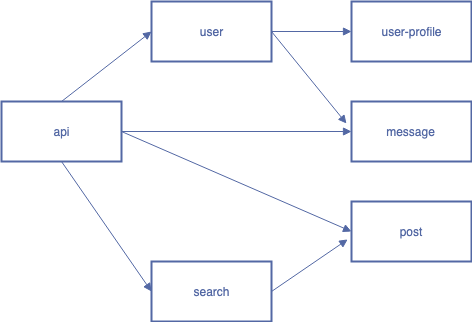
The draw.io diagram images/zero-trust-app.png in projectcalico/calico, before a commit. Source tidied: cells renumbered, new cells last; positions are measured from the earlier drawing's top-left corner, leaving out a move shared by most shapes.
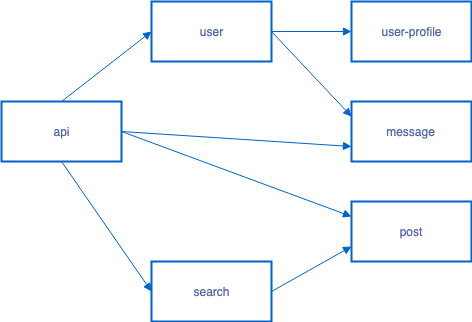
Later version of the same file.

Change to the diagram source:
```diff
@@ -2,50 +2,48 @@
   <root>
     <mxCell id="0" />
     <mxCell id="1" parent="0" />
-    <mxCell id="2" style="group;" parent="1" vertex="1">
-      <mxGeometry width="470" height="320" as="geometry" />
-    </mxCell>
+    <mxCell id="16" style="group;" parent="1" vertex="1">
+      <mxGeometry x="-20" y="-20" width="470" height="320" as="geometry" />
+    </mxCell>
-    <mxCell id="3" value="api" style="rounded=0;whiteSpace=wrap;html=1;strokeColor=#5368A4;fontSize=12;strokeWidth=2;fontColor=#5368A4;" parent="2" vertex="1">
+    <mxCell id="3" value="api" style="rounded=0;whiteSpace=wrap;html=1;strokeColor=#0063C7;fontSize=12;strokeWidth=2;fontColor=#5368A4;" parent="16" vertex="1">
       <mxGeometry y="100" width="120" height="60" as="geometry" />
     </mxCell>
-    <mxCell id="4" value="user" style="rounded=0;whiteSpace=wrap;html=1;strokeColor=#5368A4;fontSize=12;strokeWidth=2;fontColor=#5368A4;" parent="2" vertex="1">
+    <mxCell id="4" value="user" style="rounded=0;whiteSpace=wrap;html=1;strokeColor=#0063C7;fontSize=12;strokeWidth=2;fontColor=#5368A4;" parent="16" vertex="1">
       <mxGeometry x="150" width="120" height="60" as="geometry" />
     </mxCell>
-    <mxCell id="5" value="user-profile" style="rounded=0;whiteSpace=wrap;html=1;strokeColor=#5368A4;fontSize=12;strokeWidth=2;fontColor=#5368A4;" parent="2" vertex="1">
+    <mxCell id="5" value="user-profile" style="rounded=0;whiteSpace=wrap;html=1;strokeColor=#0063C7;fontSize=12;strokeWidth=2;fontColor=#5368A4;" parent="16" vertex="1">
       <mxGeometry x="350" width="120" height="60" as="geometry" />
     </mxCell>
-    <mxCell id="6" value="message" style="rounded=0;whiteSpace=wrap;html=1;strokeColor=#5368A4;fontSize=12;strokeWidth=2;fontColor=#5368A4;" parent="2" vertex="1">
+    <mxCell id="6" value="message" style="rounded=0;whiteSpace=wrap;html=1;strokeColor=#0063C7;fontSize=12;strokeWidth=2;fontColor=#5368A4;" parent="16" vertex="1">
       <mxGeometry x="350" y="100" width="120" height="60" as="geometry" />
     </mxCell>
-    <mxCell id="7" value="post" style="rounded=0;whiteSpace=wrap;html=1;strokeColor=#5368A4;fontSize=12;strokeWidth=2;fontColor=#5368A4;" parent="2" vertex="1">
+    <mxCell id="7" value="post" style="rounded=0;whiteSpace=wrap;html=1;strokeColor=#0063C7;fontSize=12;strokeWidth=2;fontColor=#5368A4;" parent="16" vertex="1">
       <mxGeometry x="350" y="200" width="120" height="60" as="geometry" />
     </mxCell>
-    <mxCell id="8" value="search" style="rounded=0;whiteSpace=wrap;html=1;strokeColor=#5368A4;fontSize=12;strokeWidth=2;fontColor=#5368A4;" parent="2" vertex="1">
+    <mxCell id="8" value="search" style="rounded=0;whiteSpace=wrap;html=1;strokeColor=#0063C7;fontSize=12;strokeWidth=2;fontColor=#5368A4;" parent="16" vertex="1">
       <mxGeometry x="150" y="260" width="120" height="60" as="geometry" />
     </mxCell>
-    <mxCell id="9" style="endArrow=block;html=1;fontSize=14;endFill=1;exitX=0.5;exitY=0;exitDx=0;exitDy=0;entryX=0;entryY=0.5;entryDx=0;entryDy=0;strokeColor=#5368A4;fontColor=#5368A4;" parent="2" edge="1" source="3" target="4">
+    <mxCell id="9" style="endArrow=block;html=1;fontSize=14;endFill=1;exitX=0.5;exitY=0;exitDx=0;exitDy=0;entryX=0;entryY=0.5;entryDx=0;entryDy=0;strokeColor=#0063C7;fontColor=#5368A4;" parent="16" edge="1" source="3" target="4">
       <mxGeometry relative="1" as="geometry" />
     </mxCell>
-    <mxCell id="10" style="endArrow=block;html=1;fontSize=14;endFill=1;exitX=0.5;exitY=1;exitDx=0;exitDy=0;strokeColor=#5368A4;fontColor=#5368A4;" parent="2" edge="1" source="3">
-      <mxGeometry relative="1" as="geometry">
-        <mxPoint x="150" y="290" as="targetPoint" />
-      </mxGeometry>
+    <mxCell id="10" style="endArrow=block;html=1;fontSize=14;endFill=1;exitX=0.5;exitY=1;exitDx=0;exitDy=0;strokeColor=#0063C7;fontColor=#5368A4;entryX=0;entryY=0.5;entryDx=0;entryDy=0;" parent="16" edge="1" source="3" target="8">
+      <mxGeometry relative="1" as="geometry" />
     </mxCell>
-    <mxCell id="11" style="endArrow=block;html=1;fontSize=14;endFill=1;exitX=1;exitY=0.5;exitDx=0;exitDy=0;entryX=0;entryY=0.5;entryDx=0;entryDy=0;strokeColor=#5368A4;fontColor=#5368A4;" parent="2" edge="1" source="3" target="6">
+    <mxCell id="11" style="endArrow=block;html=1;fontSize=14;endFill=1;exitX=1;exitY=0.5;exitDx=0;exitDy=0;entryX=0;entryY=0.75;entryDx=0;entryDy=0;strokeColor=#0063C7;fontColor=#5368A4;" parent="16" edge="1" source="3" target="6">
       <mxGeometry relative="1" as="geometry" />
     </mxCell>
-    <mxCell id="12" style="endArrow=block;html=1;fontSize=14;endFill=1;exitX=1;exitY=0.5;exitDx=0;exitDy=0;strokeColor=#5368A4;entryX=-0.042;entryY=0.367;entryDx=0;entryDy=0;entryPerimeter=0;fontColor=#5368A4;" parent="2" edge="1" source="4" target="6">
+    <mxCell id="12" style="endArrow=block;html=1;fontSize=14;endFill=1;exitX=1;exitY=0.5;exitDx=0;exitDy=0;strokeColor=#0063C7;entryX=0;entryY=0.25;entryDx=0;entryDy=0;fontColor=#5368A4;" parent="16" edge="1" source="4" target="6">
       <mxGeometry relative="1" as="geometry" />
     </mxCell>
-    <mxCell id="13" style="endArrow=block;html=1;fontSize=14;endFill=1;strokeColor=#5368A4;entryX=0;entryY=0.5;entryDx=0;entryDy=0;fontColor=#5368A4;" parent="2" edge="1" target="5">
+    <mxCell id="13" style="endArrow=block;html=1;fontSize=14;endFill=1;strokeColor=#0063C7;entryX=0;entryY=0.5;entryDx=0;entryDy=0;fontColor=#5368A4;" parent="16" edge="1" target="5">
       <mxGeometry relative="1" as="geometry">
         <mxPoint x="270" y="30" as="sourcePoint" />
       </mxGeometry>
     </mxCell>
-    <mxCell id="14" style="endArrow=block;html=1;fontSize=14;endFill=1;exitX=1;exitY=0.5;exitDx=0;exitDy=0;entryX=0;entryY=0.5;entryDx=0;entryDy=0;strokeColor=#5368A4;fontColor=#5368A4;" parent="2" edge="1" source="3" target="7">
+    <mxCell id="14" style="endArrow=block;html=1;fontSize=14;endFill=1;exitX=1;exitY=0.5;exitDx=0;exitDy=0;entryX=0;entryY=0.25;entryDx=0;entryDy=0;strokeColor=#0063C7;fontColor=#5368A4;" parent="16" edge="1" source="3" target="7">
       <mxGeometry relative="1" as="geometry" />
     </mxCell>
-    <mxCell id="15" style="endArrow=block;html=1;fontSize=14;endFill=1;exitX=1;exitY=0.5;exitDx=0;exitDy=0;strokeColor=#5368A4;entryX=-0.032;entryY=0.632;entryDx=0;entryDy=0;entryPerimeter=0;fontColor=#5368A4;" parent="2" edge="1" source="8" target="7">
+    <mxCell id="15" style="endArrow=block;html=1;fontSize=14;endFill=1;exitX=1;exitY=0.5;exitDx=0;exitDy=0;strokeColor=#0063C7;fontColor=#5368A4;entryX=0;entryY=0.75;entryDx=0;entryDy=0;" parent="16" edge="1" source="8" target="7">
       <mxGeometry relative="1" as="geometry" />
     </mxCell>
   </root>
```
